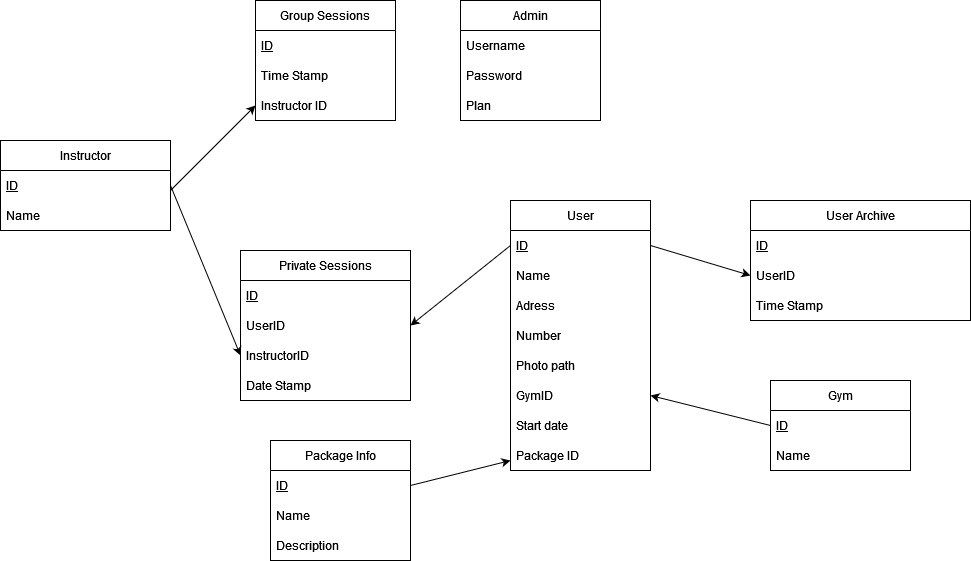
The draw.io diagram Baza/baza.png in kimleta/PHP-Gym-Software, before a commit. Source tidied: cells renumbered, new cells last; positions are measured from the earlier drawing's top-left corner, leaving out a move shared by most shapes. Source of this version:
```xml
<mxGraphModel>
  <root>
    <mxCell id="0" />
    <mxCell id="1" parent="0" />
    <mxCell id="2" value="User" style="swimlane;fontStyle=0;horizontal=1;startSize=30;" parent="1" vertex="1">
      <mxGeometry x="510" y="200" width="140" height="270" as="geometry" />
    </mxCell>
    <mxCell id="3" value="ID" style="text;strokeColor=none;fillColor=none;align=left;verticalAlign=middle;spacingLeft=4;spacingRight=4;overflow=hidden;points=[[0,0.5],[1,0.5]];portConstraint=eastwest;fontStyle=4;" parent="2" vertex="1">
      <mxGeometry y="30" width="140" height="30" as="geometry" />
    </mxCell>
    <mxCell id="4" value="Name" style="text;strokeColor=none;fillColor=none;align=left;verticalAlign=middle;spacingLeft=4;spacingRight=4;overflow=hidden;" parent="2" vertex="1">
      <mxGeometry y="60" width="140" height="30" as="geometry" />
    </mxCell>
    <mxCell id="5" value="Adress" style="text;strokeColor=none;fillColor=none;align=left;verticalAlign=middle;spacingLeft=4;spacingRight=4;overflow=hidden;" parent="2" vertex="1">
      <mxGeometry y="90" width="140" height="30" as="geometry" />
    </mxCell>
    <mxCell id="6" value="Number" style="text;strokeColor=none;fillColor=none;align=left;verticalAlign=middle;spacingLeft=4;spacingRight=4;overflow=hidden;" parent="2" vertex="1">
      <mxGeometry y="120" width="140" height="30" as="geometry" />
    </mxCell>
    <mxCell id="7" value="Photo path" style="text;strokeColor=none;fillColor=none;align=left;verticalAlign=middle;spacingLeft=4;spacingRight=4;overflow=hidden;" parent="2" vertex="1">
      <mxGeometry y="150" width="140" height="30" as="geometry" />
    </mxCell>
    <mxCell id="8" value="GymID" style="text;strokeColor=none;fillColor=none;align=left;verticalAlign=middle;spacingLeft=4;spacingRight=4;overflow=hidden;points=[[0,0.5],[1,0.5]];portConstraint=eastwest;" parent="2" vertex="1">
      <mxGeometry y="180" width="140" height="30" as="geometry" />
    </mxCell>
    <mxCell id="9" value="Start date" style="text;strokeColor=none;fillColor=none;align=left;verticalAlign=middle;spacingLeft=4;spacingRight=4;overflow=hidden;" parent="2" vertex="1">
      <mxGeometry y="210" width="140" height="30" as="geometry" />
    </mxCell>
    <mxCell id="10" value="Package ID" style="text;strokeColor=none;fillColor=none;align=left;verticalAlign=middle;spacingLeft=4;spacingRight=4;overflow=hidden;" parent="2" vertex="1">
      <mxGeometry y="240" width="140" height="30" as="geometry" />
    </mxCell>
    <mxCell id="11" value="Gym" style="swimlane;fontStyle=0;horizontal=1;startSize=30;" parent="1" vertex="1">
      <mxGeometry x="770" y="380" width="140" height="90" as="geometry" />
    </mxCell>
    <mxCell id="12" value="ID" style="text;strokeColor=none;fillColor=none;align=left;verticalAlign=middle;spacingLeft=4;spacingRight=4;overflow=hidden;points=[[0,0.5],[1,0.5]];portConstraint=eastwest;fontStyle=4;" parent="11" vertex="1">
      <mxGeometry y="30" width="140" height="30" as="geometry" />
    </mxCell>
    <mxCell id="13" value="Name" style="text;strokeColor=none;fillColor=none;align=left;verticalAlign=middle;spacingLeft=4;spacingRight=4;overflow=hidden;" parent="11" vertex="1">
      <mxGeometry y="60" width="140" height="30" as="geometry" />
    </mxCell>
    <mxCell id="14" value="User Archive" style="swimlane;fontStyle=0;horizontal=1;startSize=30;" parent="1" vertex="1">
      <mxGeometry x="750" y="200" width="220" height="120" as="geometry" />
    </mxCell>
    <mxCell id="15" value="ID" style="text;strokeColor=none;fillColor=none;align=left;verticalAlign=middle;spacingLeft=4;spacingRight=4;overflow=hidden;fontStyle=4;" parent="14" vertex="1">
      <mxGeometry y="30" width="220" height="30" as="geometry" />
    </mxCell>
    <mxCell id="16" value="UserID" style="text;strokeColor=none;fillColor=none;align=left;verticalAlign=middle;spacingLeft=4;spacingRight=4;overflow=hidden;points=[[0,0.5],[1,0.5]];portConstraint=eastwest;" parent="14" vertex="1">
      <mxGeometry y="60" width="220" height="30" as="geometry" />
    </mxCell>
    <mxCell id="17" value="Time Stamp" style="text;strokeColor=none;fillColor=none;align=left;verticalAlign=middle;spacingLeft=4;spacingRight=4;overflow=hidden;" parent="14" vertex="1">
      <mxGeometry y="90" width="220" height="30" as="geometry" />
    </mxCell>
    <mxCell id="18" style="endArrow=classic;html=1;rounded=0;exitX=1;exitY=0.5;exitDx=0;exitDy=0;entryX=0;entryY=0.5;entryDx=0;entryDy=0;" parent="1" edge="1" source="3" target="16">
      <mxGeometry relative="1" as="geometry" />
    </mxCell>
    <mxCell id="19" style="endArrow=classic;html=1;rounded=0;exitX=0;exitY=0.5;exitDx=0;exitDy=0;entryX=1;entryY=0.5;entryDx=0;entryDy=0;" parent="1" edge="1" source="12" target="8">
      <mxGeometry relative="1" as="geometry" />
    </mxCell>
    <mxCell id="20" value="Private Sessions" style="swimlane;fontStyle=0;horizontal=1;startSize=30;" parent="1" vertex="1">
      <mxGeometry x="240" y="250" width="170" height="150" as="geometry" />
    </mxCell>
    <mxCell id="21" value="ID" style="text;strokeColor=none;fillColor=none;align=left;verticalAlign=middle;spacingLeft=4;spacingRight=4;overflow=hidden;fontStyle=4;" parent="20" vertex="1">
      <mxGeometry y="30" width="170" height="30" as="geometry" />
    </mxCell>
    <mxCell id="22" value="UserID" style="text;strokeColor=none;fillColor=none;align=left;verticalAlign=middle;spacingLeft=4;spacingRight=4;overflow=hidden;points=[[0,0.5],[1,0.5]];portConstraint=eastwest;" parent="20" vertex="1">
      <mxGeometry y="60" width="170" height="30" as="geometry" />
    </mxCell>
    <mxCell id="23" value="InstructorID" style="text;strokeColor=none;fillColor=none;align=left;verticalAlign=middle;spacingLeft=4;spacingRight=4;overflow=hidden;points=[[0,0.5],[1,0.5]];portConstraint=eastwest;" parent="20" vertex="1">
      <mxGeometry y="90" width="170" height="30" as="geometry" />
    </mxCell>
    <mxCell id="24" value="Date Stamp" style="text;strokeColor=none;fillColor=none;align=left;verticalAlign=middle;spacingLeft=4;spacingRight=4;overflow=hidden;" parent="20" vertex="1">
      <mxGeometry y="120" width="170" height="30" as="geometry" />
    </mxCell>
    <mxCell id="25" style="endArrow=classic;html=1;rounded=0;exitX=0;exitY=0.5;exitDx=0;exitDy=0;entryX=1;entryY=0.5;entryDx=0;entryDy=0;" parent="1" edge="1" source="3" target="22">
      <mxGeometry relative="1" as="geometry" />
    </mxCell>
    <mxCell id="26" value="Instructor" style="swimlane;fontStyle=0;horizontal=1;startSize=30;" parent="1" vertex="1">
      <mxGeometry y="140" width="170" height="90" as="geometry" />
    </mxCell>
    <mxCell id="27" value="ID" style="text;strokeColor=none;fillColor=none;align=left;verticalAlign=middle;spacingLeft=4;spacingRight=4;overflow=hidden;points=[[0,0.5],[1,0.5]];portConstraint=eastwest;fontStyle=4;" parent="26" vertex="1">
      <mxGeometry y="30" width="170" height="30" as="geometry" />
    </mxCell>
    <mxCell id="28" value="Name" style="text;strokeColor=none;fillColor=none;align=left;verticalAlign=middle;spacingLeft=4;spacingRight=4;overflow=hidden;" parent="26" vertex="1">
      <mxGeometry y="60" width="170" height="30" as="geometry" />
    </mxCell>
    <mxCell id="29" style="endArrow=classic;html=1;rounded=0;exitX=1;exitY=0.5;exitDx=0;exitDy=0;entryX=0;entryY=0.5;entryDx=0;entryDy=0;" parent="1" edge="1" source="27" target="23">
      <mxGeometry relative="1" as="geometry" />
    </mxCell>
    <mxCell id="30" value="Group Sessions" style="swimlane;fontStyle=0;horizontal=1;startSize=30;" parent="1" vertex="1">
      <mxGeometry x="255" width="140" height="120" as="geometry" />
    </mxCell>
    <mxCell id="31" value="ID" style="text;strokeColor=none;fillColor=none;align=left;verticalAlign=middle;spacingLeft=4;spacingRight=4;overflow=hidden;fontStyle=4;" parent="30" vertex="1">
      <mxGeometry y="30" width="140" height="30" as="geometry" />
    </mxCell>
    <mxCell id="32" value="Time Stamp" style="text;strokeColor=none;fillColor=none;align=left;verticalAlign=middle;spacingLeft=4;spacingRight=4;overflow=hidden;" parent="30" vertex="1">
      <mxGeometry y="60" width="140" height="30" as="geometry" />
    </mxCell>
    <mxCell id="33" value="Instructor ID" style="text;strokeColor=none;fillColor=none;align=left;verticalAlign=middle;spacingLeft=4;spacingRight=4;overflow=hidden;points=[[0,0.5],[1,0.5]];portConstraint=eastwest;" parent="30" vertex="1">
      <mxGeometry y="90" width="140" height="30" as="geometry" />
    </mxCell>
    <mxCell id="34" style="endArrow=classic;html=1;rounded=0;entryX=0;entryY=0.5;entryDx=0;entryDy=0;" parent="1" edge="1" target="33">
      <mxGeometry relative="1" as="geometry">
        <mxPoint x="170" y="190" as="sourcePoint" />
      </mxGeometry>
    </mxCell>
    <mxCell id="35" value="Admin" style="swimlane;fontStyle=0;horizontal=1;startSize=30;" parent="1" vertex="1">
      <mxGeometry x="460" width="140" height="120" as="geometry" />
    </mxCell>
    <mxCell id="36" value="Username" style="text;strokeColor=none;fillColor=none;align=left;verticalAlign=middle;spacingLeft=4;spacingRight=4;overflow=hidden;" parent="35" vertex="1">
      <mxGeometry y="30" width="140" height="30" as="geometry" />
    </mxCell>
    <mxCell id="37" value="Password" style="text;strokeColor=none;fillColor=none;align=left;verticalAlign=middle;spacingLeft=4;spacingRight=4;overflow=hidden;" parent="35" vertex="1">
      <mxGeometry y="60" width="140" height="30" as="geometry" />
    </mxCell>
    <mxCell id="38" value="Plan" style="text;strokeColor=none;fillColor=none;align=left;verticalAlign=middle;spacingLeft=4;spacingRight=4;overflow=hidden;" parent="35" vertex="1">
      <mxGeometry y="90" width="140" height="30" as="geometry" />
    </mxCell>
    <mxCell id="39" value="Package Info" style="swimlane;fontStyle=0;horizontal=1;startSize=30;" parent="1" vertex="1">
      <mxGeometry x="270" y="440" width="140" height="120" as="geometry" />
    </mxCell>
    <mxCell id="40" value="ID" style="text;strokeColor=none;fillColor=none;align=left;verticalAlign=middle;spacingLeft=4;spacingRight=4;overflow=hidden;points=[[0,0.5],[1,0.5]];portConstraint=eastwest;fontStyle=4;" parent="39" vertex="1">
      <mxGeometry y="30" width="140" height="30" as="geometry" />
    </mxCell>
    <mxCell id="41" value="Name" style="text;strokeColor=none;fillColor=none;align=left;verticalAlign=middle;spacingLeft=4;spacingRight=4;overflow=hidden;" parent="39" vertex="1">
      <mxGeometry y="60" width="140" height="30" as="geometry" />
    </mxCell>
    <mxCell id="42" value="Description" style="text;strokeColor=none;fillColor=none;align=left;verticalAlign=middle;spacingLeft=4;spacingRight=4;overflow=hidden;" parent="39" vertex="1">
      <mxGeometry y="90" width="140" height="30" as="geometry" />
    </mxCell>
    <mxCell id="43" style="endArrow=classic;html=1;rounded=0;exitX=1;exitY=0.5;exitDx=0;exitDy=0;" parent="1" edge="1" source="40">
      <mxGeometry relative="1" as="geometry">
        <mxPoint x="510" y="460" as="targetPoint" />
      </mxGeometry>
    </mxCell>
  </root>
</mxGraphModel>
```
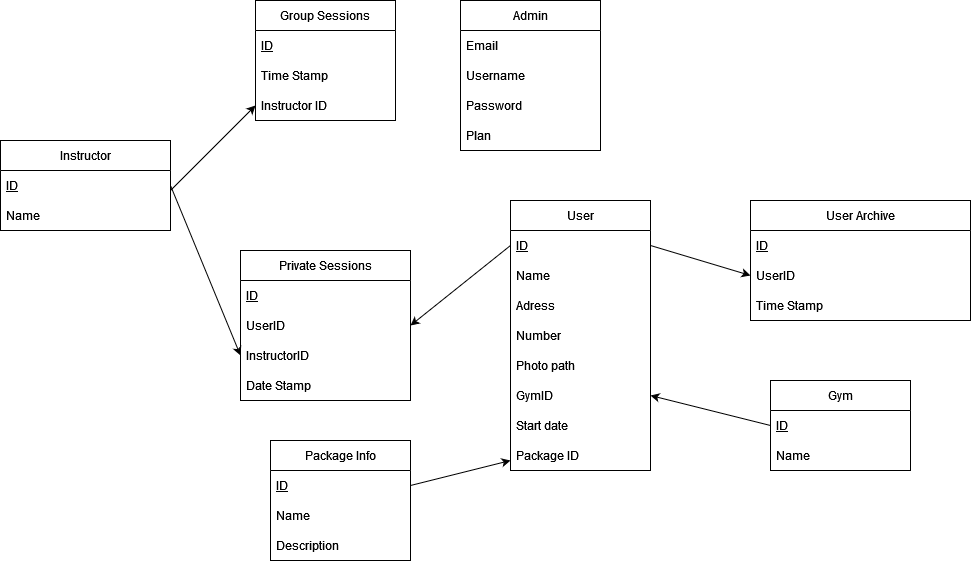
The same diagram one commit later.

The edit, as a diff of the source:
```diff
@@ -104,16 +104,19 @@
       </mxGeometry>
     </mxCell>
     <mxCell id="35" value="Admin" style="swimlane;fontStyle=0;horizontal=1;startSize=30;" parent="1" vertex="1">
-      <mxGeometry x="460" width="140" height="120" as="geometry" />
+      <mxGeometry x="460" width="140" height="150" as="geometry" />
     </mxCell>
+    <mxCell id="44" value="Email" style="text;strokeColor=none;fillColor=none;align=left;verticalAlign=middle;spacingLeft=4;spacingRight=4;overflow=hidden;" parent="35" vertex="1">
+      <mxGeometry y="30" width="140" height="30" as="geometry" />
+    </mxCell>
     <mxCell id="36" value="Username" style="text;strokeColor=none;fillColor=none;align=left;verticalAlign=middle;spacingLeft=4;spacingRight=4;overflow=hidden;" parent="35" vertex="1">
-      <mxGeometry y="30" width="140" height="30" as="geometry" />
+      <mxGeometry y="60" width="140" height="30" as="geometry" />
     </mxCell>
     <mxCell id="37" value="Password" style="text;strokeColor=none;fillColor=none;align=left;verticalAlign=middle;spacingLeft=4;spacingRight=4;overflow=hidden;" parent="35" vertex="1">
-      <mxGeometry y="60" width="140" height="30" as="geometry" />
+      <mxGeometry y="90" width="140" height="30" as="geometry" />
     </mxCell>
     <mxCell id="38" value="Plan" style="text;strokeColor=none;fillColor=none;align=left;verticalAlign=middle;spacingLeft=4;spacingRight=4;overflow=hidden;" parent="35" vertex="1">
-      <mxGeometry y="90" width="140" height="30" as="geometry" />
+      <mxGeometry y="120" width="140" height="30" as="geometry" />
     </mxCell>
     <mxCell id="39" value="Package Info" style="swimlane;fontStyle=0;horizontal=1;startSize=30;" parent="1" vertex="1">
       <mxGeometry x="270" y="440" width="140" height="120" as="geometry" />
```
